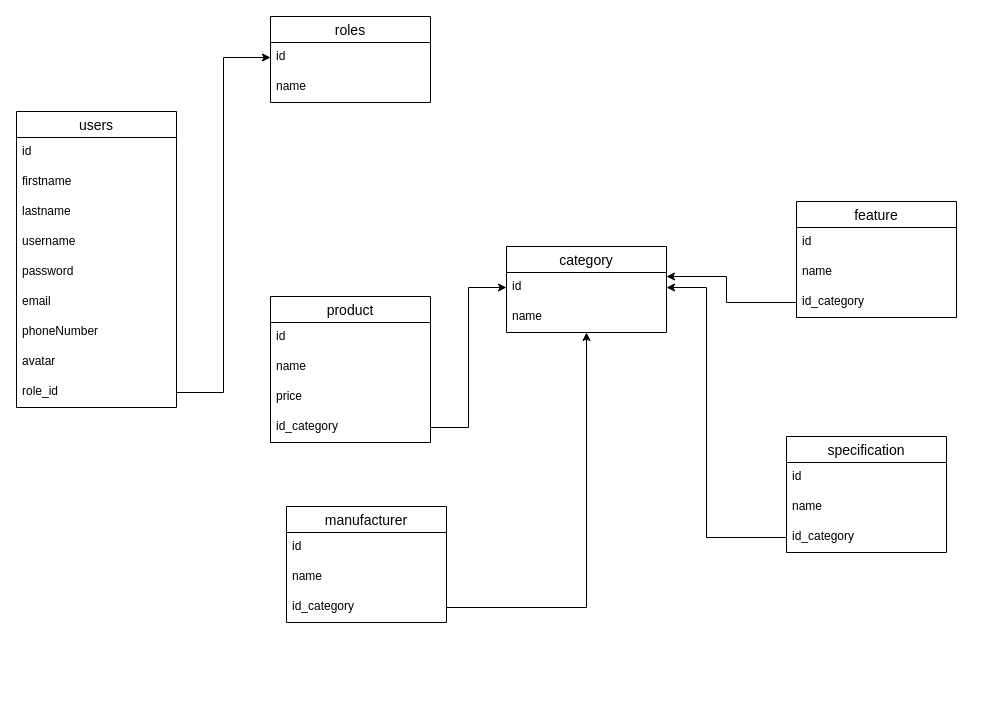
This is Diagram/Diagram-database.drawio from HaVanDuoc/tech-ecommerce-website, a draw.io file, before an edit. Source tidied: cells renumbered, new cells numbered last; positions are measured from the earlier drawing's top-left corner, leaving out a move shared by most shapes. Both pictures are drawn from the tidied source at 100%, with x=0, y=0 at pixel (16, 16).
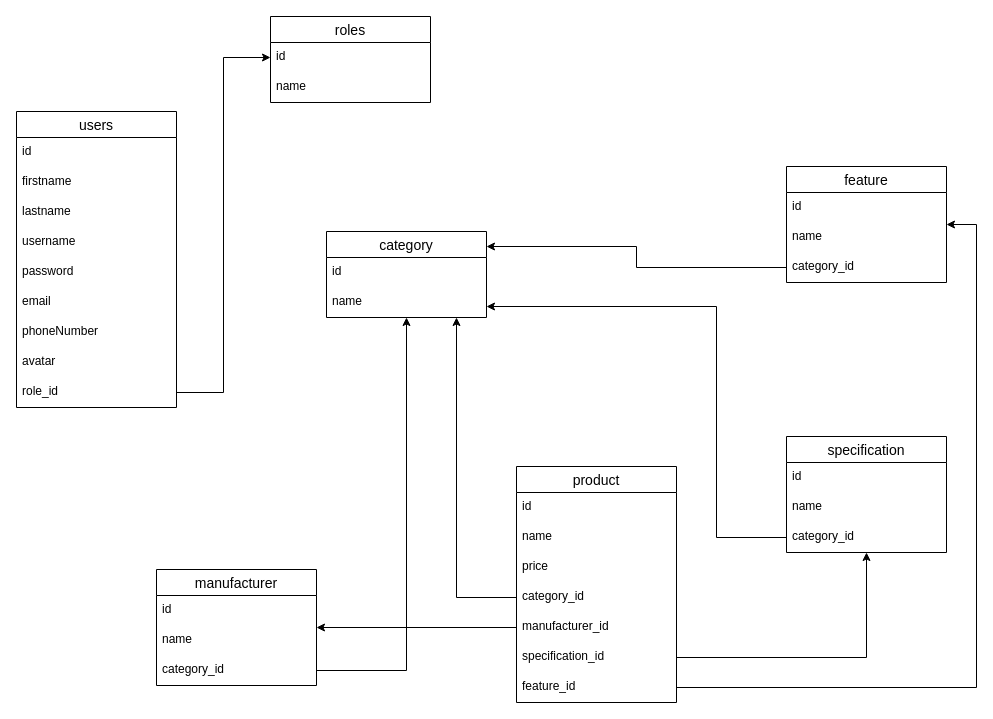
Above is the later version.

Commit message (it also covers changes not shown here):
model table category

The change refers to these unchanged cells:
```xml
<mxCell id="25" value="id" style="text;strokeColor=none;fillColor=none;spacingLeft=4;spacingRight=4;overflow=hidden;points=[[0,0.5],[1,0.5]];portConstraint=eastwest;fontSize=12;" parent="24" vertex="1">
  <mxGeometry y="26" width="160" height="30" as="geometry" />
</mxCell>
<mxCell id="32" value="specification" style="swimlane;fontStyle=0;horizontal=1;startSize=26;align=center;fontSize=14;" parent="1" vertex="1">
  <mxGeometry x="770" y="420" width="160" height="116" as="geometry" />
</mxCell>
```

What changed in the source:
```diff
@@
     <mxCell id="15" value="product" style="swimlane;fontStyle=0;horizontal=1;startSize=26;align=center;fontSize=14;" parent="1" vertex="1">
-      <mxGeometry x="254" y="280" width="160" height="146" as="geometry" />
+      <mxGeometry x="500" y="450" width="160" height="236" as="geometry" />
     </mxCell>
@@
-    <mxCell id="19" value="id_category" style="text;strokeColor=none;fillColor=none;spacingLeft=4;spacingRight=4;overflow=hidden;points=[[0,0.5],[1,0.5]];portConstraint=eastwest;fontSize=12;" parent="15" vertex="1">
+    <mxCell id="19" value="category_id" style="text;strokeColor=none;fillColor=none;spacingLeft=4;spacingRight=4;overflow=hidden;points=[[0,0.5],[1,0.5]];portConstraint=eastwest;fontSize=12;" parent="15" vertex="1">
       <mxGeometry y="116" width="160" height="30" as="geometry" />
     </mxCell>
+    <mxCell id="40" value="manufacturer_id" style="text;strokeColor=none;fillColor=none;spacingLeft=4;spacingRight=4;overflow=hidden;points=[[0,0.5],[1,0.5]];portConstraint=eastwest;fontSize=12;" parent="15" vertex="1">
+      <mxGeometry y="146" width="160" height="30" as="geometry" />
+    </mxCell>
+    <mxCell id="41" value="specification_id" style="text;strokeColor=none;fillColor=none;spacingLeft=4;spacingRight=4;overflow=hidden;points=[[0,0.5],[1,0.5]];portConstraint=eastwest;fontSize=12;" parent="15" vertex="1">
+      <mxGeometry y="176" width="160" height="30" as="geometry" />
+    </mxCell>
+    <mxCell id="42" value="feature_id" style="text;strokeColor=none;fillColor=none;spacingLeft=4;spacingRight=4;overflow=hidden;points=[[0,0.5],[1,0.5]];portConstraint=eastwest;fontSize=12;" parent="15" vertex="1">
+      <mxGeometry y="206" width="160" height="30" as="geometry" />
+    </mxCell>
     <mxCell id="20" value="manufacturer" style="swimlane;fontStyle=0;horizontal=1;startSize=26;align=center;fontSize=14;" parent="1" vertex="1">
-      <mxGeometry x="270" y="490" width="160" height="116" as="geometry" />
+      <mxGeometry x="140" y="553" width="160" height="116" as="geometry" />
     </mxCell>
@@
-    <mxCell id="23" value="id_category" style="text;strokeColor=none;fillColor=none;spacingLeft=4;spacingRight=4;overflow=hidden;points=[[0,0.5],[1,0.5]];portConstraint=eastwest;fontSize=12;" parent="20" vertex="1">
+    <mxCell id="23" value="category_id" style="text;strokeColor=none;fillColor=none;spacingLeft=4;spacingRight=4;overflow=hidden;points=[[0,0.5],[1,0.5]];portConstraint=eastwest;fontSize=12;" parent="20" vertex="1">
       <mxGeometry y="86" width="160" height="30" as="geometry" />
     </mxCell>
     <mxCell id="24" value="category" style="swimlane;fontStyle=0;horizontal=1;startSize=26;align=center;fontSize=14;" parent="1" vertex="1">
-      <mxGeometry x="490" y="230" width="160" height="86" as="geometry" />
+      <mxGeometry x="310" y="215" width="160" height="86" as="geometry" />
     </mxCell>
@@
     <mxCell id="27" value="feature" style="swimlane;fontStyle=0;horizontal=1;startSize=26;align=center;fontSize=14;" parent="1" vertex="1">
-      <mxGeometry x="780" y="185" width="160" height="116" as="geometry" />
+      <mxGeometry x="770" y="150" width="160" height="116" as="geometry" />
     </mxCell>
@@
-    <mxCell id="30" value="id_category" style="text;strokeColor=none;fillColor=none;spacingLeft=4;spacingRight=4;overflow=hidden;points=[[0,0.5],[1,0.5]];portConstraint=eastwest;fontSize=12;" parent="27" vertex="1">
+    <mxCell id="30" value="category_id" style="text;strokeColor=none;fillColor=none;spacingLeft=4;spacingRight=4;overflow=hidden;points=[[0,0.5],[1,0.5]];portConstraint=eastwest;fontSize=12;" parent="27" vertex="1">
       <mxGeometry y="86" width="160" height="30" as="geometry" />
     </mxCell>
-    <mxCell id="31" style="edgeStyle=orthogonalEdgeStyle;rounded=0;jettySize=auto;html=1;" parent="1" edge="1" source="19" target="25">
-      <mxGeometry relative="1" as="geometry" />
-    </mxCell>
@@
-    <mxCell id="35" value="id_category" style="text;strokeColor=none;fillColor=none;spacingLeft=4;spacingRight=4;overflow=hidden;points=[[0,0.5],[1,0.5]];portConstraint=eastwest;fontSize=12;" parent="32" vertex="1">
+    <mxCell id="35" value="category_id" style="text;strokeColor=none;fillColor=none;spacingLeft=4;spacingRight=4;overflow=hidden;points=[[0,0.5],[1,0.5]];portConstraint=eastwest;fontSize=12;" parent="32" vertex="1">
       <mxGeometry y="86" width="160" height="30" as="geometry" />
     </mxCell>
-    <mxCell id="36" style="edgeStyle=orthogonalEdgeStyle;rounded=0;jettySize=auto;html=1;" parent="1" edge="1" source="35" target="25">
-      <mxGeometry relative="1" as="geometry">
-        <Array as="points">
-          <mxPoint x="690" y="521" />
-          <mxPoint x="690" y="271" />
-        </Array>
-      </mxGeometry>
-    </mxCell>
-    <mxCell id="37" style="edgeStyle=orthogonalEdgeStyle;rounded=0;jettySize=auto;html=1;" parent="1" edge="1" source="30" target="25">
-      <mxGeometry relative="1" as="geometry">
-        <Array as="points">
-          <mxPoint x="710" y="286" />
-          <mxPoint x="710" y="260" />
-        </Array>
-      </mxGeometry>
-    </mxCell>
@@
+    <mxCell id="43" style="edgeStyle=orthogonalEdgeStyle;rounded=0;jettySize=auto;html=1;" parent="1" edge="1" source="40" target="20">
+      <mxGeometry relative="1" as="geometry" />
+    </mxCell>
+    <mxCell id="44" style="edgeStyle=orthogonalEdgeStyle;rounded=0;jettySize=auto;html=1;" parent="1" edge="1" source="19" target="24">
+      <mxGeometry relative="1" as="geometry">
+        <Array as="points">
+          <mxPoint x="440" y="581" />
+        </Array>
+      </mxGeometry>
+    </mxCell>
+    <mxCell id="45" style="edgeStyle=orthogonalEdgeStyle;rounded=0;jettySize=auto;html=1;" parent="1" edge="1" source="41" target="32">
+      <mxGeometry relative="1" as="geometry" />
+    </mxCell>
+    <mxCell id="46" style="edgeStyle=orthogonalEdgeStyle;rounded=0;jettySize=auto;html=1;" parent="1" edge="1" source="35" target="24">
+      <mxGeometry relative="1" as="geometry">
+        <Array as="points">
+          <mxPoint x="700" y="521" />
+          <mxPoint x="700" y="290" />
+        </Array>
+      </mxGeometry>
+    </mxCell>
+    <mxCell id="47" style="edgeStyle=orthogonalEdgeStyle;rounded=0;jettySize=auto;html=1;" parent="1" edge="1" source="30" target="24">
+      <mxGeometry relative="1" as="geometry">
+        <Array as="points">
+          <mxPoint x="620" y="251" />
+          <mxPoint x="620" y="230" />
+        </Array>
+      </mxGeometry>
+    </mxCell>
+    <mxCell id="48" style="edgeStyle=orthogonalEdgeStyle;rounded=0;jettySize=auto;html=1;" parent="1" edge="1" source="42" target="27">
+      <mxGeometry relative="1" as="geometry">
+        <Array as="points">
+          <mxPoint x="960" y="671" />
+          <mxPoint x="960" y="208" />
+        </Array>
+      </mxGeometry>
+    </mxCell>
```
